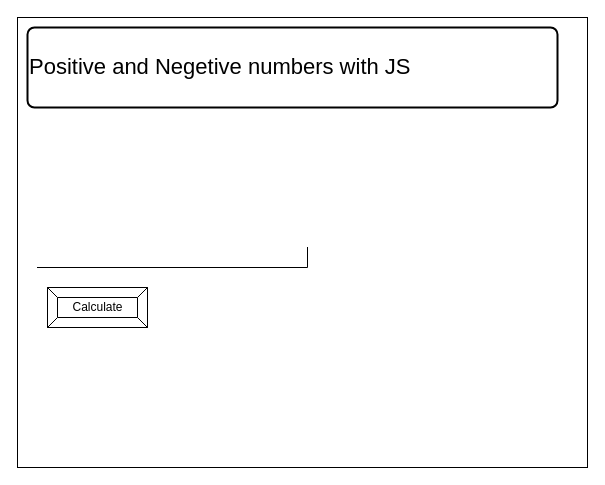
Emmanuel-Fofeyin/ICS2O-Unit5-02-HTML keeps this draw.io diagram as design/story-board.drawio. Above is the earlier version. Source tidied: cells renumbered, new cells numbered last; positions are measured from the earlier drawing's top-left corner, leaving out a move shared by most shapes. Both pictures are drawn from the tidied source at 100%, with x=0, y=0 at pixel (17, 17).
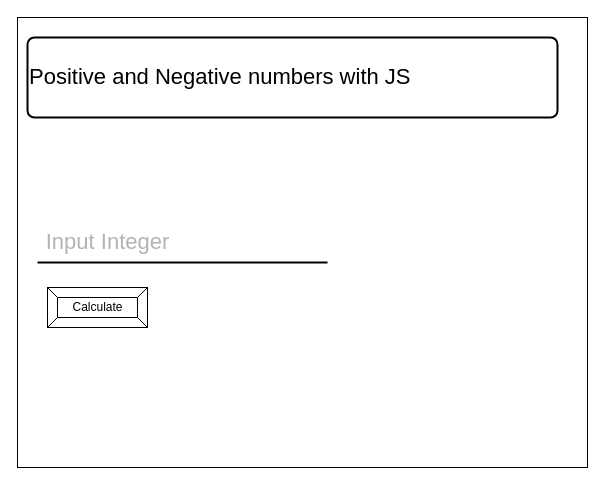
After the change.

What changed in the source:
```diff
@@
 <mxGraphModel>
   <root>
     <mxCell id="0" />
     <mxCell id="1" parent="0" />
     <mxCell id="2" style="rounded=0;whiteSpace=wrap;html=1;" parent="1" vertex="1">
       <mxGeometry width="570" height="450" as="geometry" />
     </mxCell>
-    <mxCell id="3" style="shape=partialRectangle;whiteSpace=wrap;html=1;top=0;left=0;fillColor=none;" parent="1" vertex="1">
-      <mxGeometry x="20" y="230" width="270" height="20" as="geometry" />
-    </mxCell>
     <mxCell id="4" value="Calculate" style="labelPosition=center;verticalLabelPosition=middle;align=center;html=1;shape=mxgraph.basic.button;dx=10;" parent="1" vertex="1">
       <mxGeometry x="30" y="270" width="100" height="40" as="geometry" />
     </mxCell>
-    <mxCell id="5" value="&lt;span&gt;&lt;font style=&quot;font-size: 22px&quot;&gt;Positive and Negetive numbers with JS&lt;/font&gt;&lt;/span&gt;" style="rounded=1;whiteSpace=wrap;html=1;absoluteArcSize=1;arcSize=14;strokeWidth=2;align=left;" parent="1" vertex="1">
-      <mxGeometry x="10" y="10" width="530" height="80" as="geometry" />
+    <mxCell id="5" value="&lt;span&gt;&lt;font style=&quot;font-size: 22px&quot;&gt;Positive and Negative numbers with JS&lt;/font&gt;&lt;/span&gt;" style="rounded=1;whiteSpace=wrap;html=1;absoluteArcSize=1;arcSize=14;strokeWidth=2;align=left;" parent="1" vertex="1">
+      <mxGeometry x="10" y="20" width="530" height="80" as="geometry" />
     </mxCell>
+    <mxCell id="6" style="line;strokeWidth=2;html=1;fontSize=22;" parent="1" vertex="1">
+      <mxGeometry x="20" y="240" width="290" height="10" as="geometry" />
+    </mxCell>
+    <mxCell id="7" value="&lt;font color=&quot;#b3b3b3&quot;&gt;Input Integer&lt;/font&gt;" style="text;html=1;align=center;verticalAlign=middle;strokeColor=none;fillColor=none;fontSize=22;" parent="1" vertex="1">
+      <mxGeometry x="20" y="210" width="140" height="30" as="geometry" />
+    </mxCell>
   </root>
 </mxGraphModel>
```
